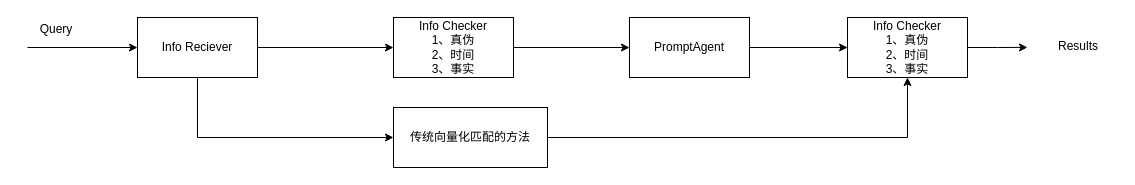
This is page "Agent client 查找" (3 of 4) of 未命名绘图.drawio from Riesling00/design, a draw.io file, before an edit. Source tidied: cells renumbered, new cells numbered last; positions are measured from the earlier drawing's top-left corner, leaving out a move shared by most shapes. Both pictures are drawn from the tidied source at 100%, with x=0, y=0 at pixel (17, 17).
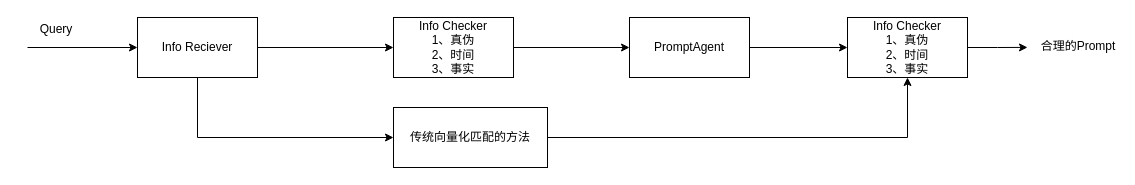
After the change.

What changed in the source:
```diff
@@
 <mxGraphModel>
   <root>
     <mxCell id="0" />
     <mxCell id="1" parent="0" />
     <mxCell id="2" style="edgeStyle=orthogonalEdgeStyle;rounded=0;jettySize=auto;html=1;exitX=1;exitY=0.5;exitDx=0;exitDy=0;entryX=0;entryY=0.5;entryDx=0;entryDy=0;" parent="1" edge="1" source="4" target="8">
       <mxGeometry relative="1" as="geometry" />
     </mxCell>
     <mxCell id="3" style="edgeStyle=orthogonalEdgeStyle;rounded=0;jettySize=auto;html=1;exitX=0.5;exitY=1;exitDx=0;exitDy=0;entryX=0;entryY=0.5;entryDx=0;entryDy=0;" parent="1" edge="1" source="4" target="12">
       <mxGeometry relative="1" as="geometry" />
     </mxCell>
     <mxCell id="4" value="Info Reciever" style="rounded=0;whiteSpace=wrap;html=1;" parent="1" vertex="1">
       <mxGeometry x="120" width="120" height="60" as="geometry" />
     </mxCell>
     <mxCell id="5" style="edgeStyle=orthogonalEdgeStyle;rounded=0;jettySize=auto;html=1;exitX=1;exitY=0.5;exitDx=0;exitDy=0;entryX=0;entryY=0.5;entryDx=0;entryDy=0;" parent="1" edge="1" source="6" target="10">
       <mxGeometry relative="1" as="geometry" />
     </mxCell>
     <mxCell id="6" value="PromptAgent" style="rounded=0;whiteSpace=wrap;html=1;" parent="1" vertex="1">
       <mxGeometry x="612" width="120" height="60" as="geometry" />
     </mxCell>
     <mxCell id="7" style="edgeStyle=orthogonalEdgeStyle;rounded=0;jettySize=auto;html=1;exitX=1;exitY=0.5;exitDx=0;exitDy=0;entryX=0;entryY=0.5;entryDx=0;entryDy=0;" parent="1" edge="1" source="8" target="6">
       <mxGeometry relative="1" as="geometry" />
     </mxCell>
     <mxCell id="8" value="Info Checker&lt;div&gt;1、真伪&lt;/div&gt;&lt;div&gt;2、时间&lt;/div&gt;&lt;div&gt;3、事实&lt;/div&gt;" style="rounded=0;whiteSpace=wrap;html=1;" parent="1" vertex="1">
       <mxGeometry x="376" width="120" height="60" as="geometry" />
     </mxCell>
     <mxCell id="9" style="edgeStyle=orthogonalEdgeStyle;rounded=0;jettySize=auto;html=1;exitX=1;exitY=0.5;exitDx=0;exitDy=0;" parent="1" edge="1" source="10">
       <mxGeometry relative="1" as="geometry">
         <mxPoint x="1010" y="29.9" as="targetPoint" />
       </mxGeometry>
     </mxCell>
     <mxCell id="10" value="Info Checker&lt;div&gt;1、真伪&lt;/div&gt;&lt;div&gt;2、时间&lt;/div&gt;&lt;div&gt;3、事实&lt;/div&gt;" style="rounded=0;whiteSpace=wrap;html=1;" parent="1" vertex="1">
       <mxGeometry x="830" width="120" height="60" as="geometry" />
     </mxCell>
     <mxCell id="11" style="edgeStyle=orthogonalEdgeStyle;rounded=0;jettySize=auto;html=1;exitX=1;exitY=0.5;exitDx=0;exitDy=0;entryX=0.5;entryY=1;entryDx=0;entryDy=0;" parent="1" edge="1" source="12" target="10">
       <mxGeometry relative="1" as="geometry" />
     </mxCell>
     <mxCell id="12" value="传统向量化匹配的方法" style="rounded=0;whiteSpace=wrap;html=1;" parent="1" vertex="1">
       <mxGeometry x="376" y="90" width="154" height="60" as="geometry" />
     </mxCell>
-    <mxCell id="13" value="Results" style="rounded=0;whiteSpace=wrap;html=1;strokeColor=#FFFFFF;" parent="1" vertex="1">
+    <mxCell id="13" value="合理的Prompt" style="rounded=0;whiteSpace=wrap;html=1;strokeColor=#FFFFFF;" parent="1" vertex="1">
       <mxGeometry x="1022" y="17" width="78" height="24" as="geometry" />
     </mxCell>
     <mxCell id="14" value="Query" style="rounded=0;whiteSpace=wrap;html=1;strokeColor=#FFFFFF;" parent="1" vertex="1">
       <mxGeometry width="78" height="24" as="geometry" />
     </mxCell>
     <mxCell id="15" style="endArrow=classic;html=1;rounded=0;entryX=0;entryY=0.5;entryDx=0;entryDy=0;" parent="1" edge="1" target="4">
       <mxGeometry relative="1" as="geometry">
         <mxPoint x="10" y="30" as="sourcePoint" />
       </mxGeometry>
     </mxCell>
   </root>
 </mxGraphModel>
```
